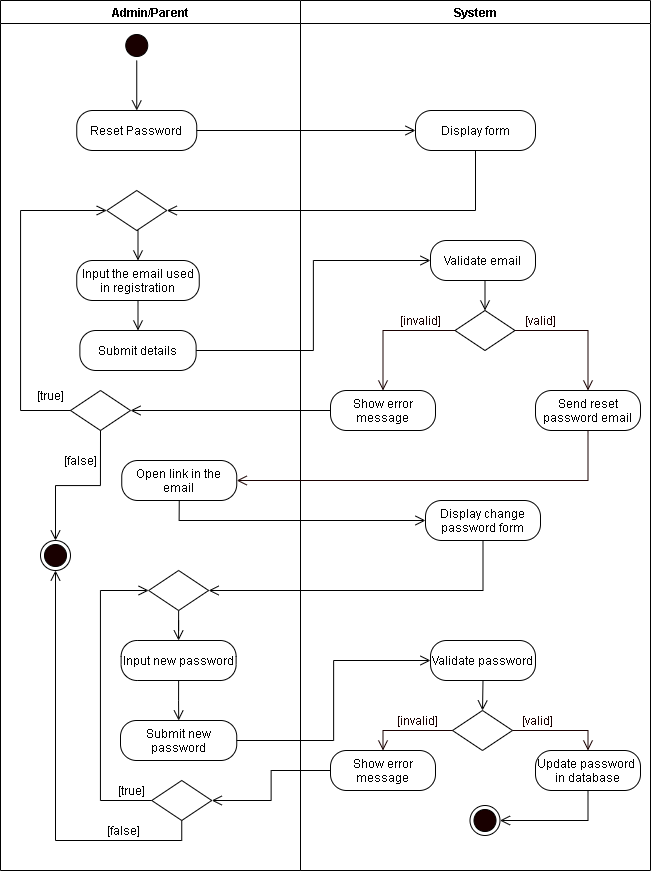
This is REVISIONS/UML-DIAGRAMS/6-9-2021/ACTIVITY DIAGRAM/5 - Reset Password.png from mrklglsn/CAPSTONE-FILES, a draw.io export, as it was before one commit. Source tidied: cells renumbered, new cells last; positions are measured from the earlier drawing's top-left corner, leaving out a move shared by most shapes.
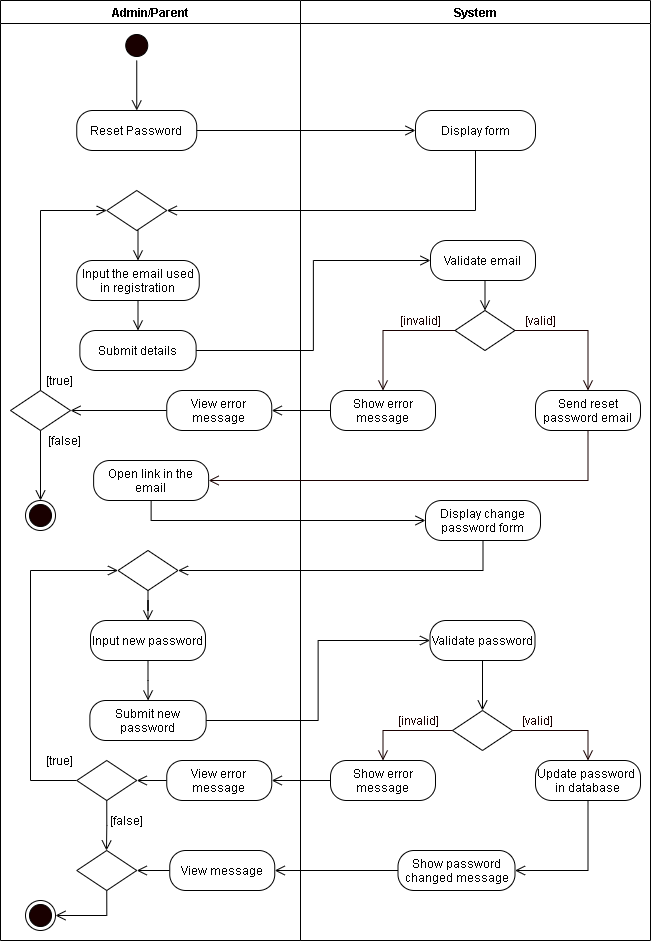
Later version of the same file.

The edit, as a diff of the source:
```diff
@@ -3,7 +3,7 @@
     <mxCell id="0" />
     <mxCell id="1" parent="0" />
     <mxCell id="2" value="Admin/Parent" style="swimlane;startSize=23;" parent="1" vertex="1">
-      <mxGeometry width="300" height="870" as="geometry" />
+      <mxGeometry width="300" height="940" as="geometry" />
     </mxCell>
     <mxCell id="3" style="edgeStyle=orthogonalEdgeStyle;rounded=0;jettySize=auto;html=1;exitX=0.5;exitY=1;exitDx=0;exitDy=0;entryX=0.5;entryY=0;entryDx=0;entryDy=0;endArrow=open;endFill=0;endSize=8;" parent="2" edge="1" source="4">
       <mxGeometry relative="1" as="geometry">
@@ -32,68 +32,89 @@
       <mxGeometry x="106.2" y="190" width="60" height="40" as="geometry" />
     </mxCell>
     <mxCell id="11" value="Open link in the email" style="rounded=1;whiteSpace=wrap;html=1;arcSize=40;" parent="2" vertex="1">
-      <mxGeometry x="121.2" y="460" width="115" height="40" as="geometry" />
+      <mxGeometry x="93.1" y="460" width="115" height="40" as="geometry" />
     </mxCell>
     <mxCell id="12" style="edgeStyle=orthogonalEdgeStyle;rounded=0;jettySize=auto;html=1;exitX=0.5;exitY=1;exitDx=0;exitDy=0;endArrow=open;endFill=0;endSize=8;" parent="2" edge="1" source="13" target="14">
       <mxGeometry relative="1" as="geometry" />
     </mxCell>
     <mxCell id="13" value="Input new password" style="rounded=1;whiteSpace=wrap;html=1;arcSize=40;" parent="2" vertex="1">
-      <mxGeometry x="120.6" y="640" width="115" height="40" as="geometry" />
+      <mxGeometry x="90" y="620" width="115" height="40" as="geometry" />
     </mxCell>
     <mxCell id="14" value="Submit new password" style="rounded=1;whiteSpace=wrap;html=1;arcSize=40;" parent="2" vertex="1">
-      <mxGeometry x="120" y="720" width="116.2" height="40" as="geometry" />
+      <mxGeometry x="89.4" y="700" width="116.2" height="40" as="geometry" />
     </mxCell>
     <mxCell id="15" style="rhombus;whiteSpace=wrap;html=1;" parent="2" vertex="1">
-      <mxGeometry x="70" y="390" width="60" height="40" as="geometry" />
+      <mxGeometry x="10" y="390" width="60" height="40" as="geometry" />
     </mxCell>
-    <mxCell id="16" style="edgeStyle=orthogonalEdgeStyle;rounded=0;jettySize=auto;html=1;exitX=0;exitY=0.5;exitDx=0;exitDy=0;endArrow=open;endFill=0;endSize=8;entryX=0;entryY=0.5;entryDx=0;entryDy=0;" parent="2" edge="1" source="15" target="10">
-      <mxGeometry relative="1" as="geometry">
-        <Array as="points">
-          <mxPoint x="20" y="410" />
-          <mxPoint x="20" y="210" />
-        </Array>
-      </mxGeometry>
+    <mxCell id="16" style="edgeStyle=orthogonalEdgeStyle;rounded=0;jettySize=auto;html=1;exitX=0.5;exitY=0;exitDx=0;exitDy=0;endArrow=open;endFill=0;endSize=8;entryX=0;entryY=0.5;entryDx=0;entryDy=0;" parent="2" edge="1" source="15" target="10">
+      <mxGeometry relative="1" as="geometry" />
     </mxCell>
-    <mxCell id="17" style="edgeStyle=orthogonalEdgeStyle;rounded=0;jettySize=auto;html=1;exitX=0.5;exitY=1;exitDx=0;exitDy=0;endArrow=open;endFill=0;endSize=8;" parent="2" edge="1" source="15" target="22">
-      <mxGeometry relative="1" as="geometry" />
+    <mxCell id="17" style="edgeStyle=orthogonalEdgeStyle;rounded=0;jettySize=auto;html=1;exitX=0.5;exitY=1;exitDx=0;exitDy=0;endArrow=open;endFill=0;endSize=8;" parent="2" edge="1" source="15">
+      <mxGeometry relative="1" as="geometry">
+        <mxPoint x="40" y="500" as="targetPoint" />
+      </mxGeometry>
     </mxCell>
     <mxCell id="18" value="[true]" style="text;html=1;align=center;verticalAlign=middle;strokeColor=none;" parent="2" vertex="1">
-      <mxGeometry x="30" y="385" width="40" height="20" as="geometry" />
+      <mxGeometry x="39.4" y="370" width="40" height="20" as="geometry" />
     </mxCell>
     <mxCell id="19" value="[false]" style="text;html=1;align=center;verticalAlign=middle;strokeColor=none;" parent="2" vertex="1">
-      <mxGeometry x="55" y="450" width="50" height="20" as="geometry" />
+      <mxGeometry x="39.4" y="430" width="50" height="20" as="geometry" />
     </mxCell>
     <mxCell id="20" style="edgeStyle=orthogonalEdgeStyle;rounded=0;jettySize=auto;html=1;exitX=0.5;exitY=1;exitDx=0;exitDy=0;endArrow=open;endFill=0;endSize=8;" parent="2" edge="1" source="21" target="13">
       <mxGeometry relative="1" as="geometry" />
     </mxCell>
     <mxCell id="21" style="rhombus;whiteSpace=wrap;html=1;" parent="2" vertex="1">
-      <mxGeometry x="148.1" y="570" width="60" height="40" as="geometry" />
+      <mxGeometry x="117.5" y="550" width="60" height="40" as="geometry" />
     </mxCell>
     <mxCell id="22" style="ellipse;html=1;shape=endState;fillColor=#190000;" parent="2" vertex="1">
-      <mxGeometry x="40" y="540" width="30" height="30" as="geometry" />
+      <mxGeometry x="25" y="500" width="30" height="30" as="geometry" />
     </mxCell>
-    <mxCell id="23" style="edgeStyle=orthogonalEdgeStyle;rounded=0;jettySize=auto;html=1;exitX=0.5;exitY=1;exitDx=0;exitDy=0;entryX=0.5;entryY=1;entryDx=0;entryDy=0;endArrow=open;endFill=0;endSize=8;" parent="2" edge="1" source="24" target="22">
-      <mxGeometry relative="1" as="geometry" />
-    </mxCell>
+    <mxCell id="25" style="edgeStyle=orthogonalEdgeStyle;rounded=0;jettySize=auto;html=1;exitX=0;exitY=0.5;exitDx=0;exitDy=0;entryX=0;entryY=0.5;entryDx=0;entryDy=0;endArrow=open;endFill=0;endSize=8;" parent="2" edge="1" source="24" target="21">
+      <mxGeometry relative="1" as="geometry">
+        <Array as="points">
+          <mxPoint x="30" y="780" />
+          <mxPoint x="30" y="570" />
+        </Array>
+      </mxGeometry>
+    </mxCell>
     <mxCell id="24" style="rhombus;whiteSpace=wrap;html=1;" parent="2" vertex="1">
-      <mxGeometry x="151.2" y="780" width="60" height="40" as="geometry" />
+      <mxGeometry x="76.2" y="760" width="60" height="40" as="geometry" />
     </mxCell>
-    <mxCell id="25" style="edgeStyle=orthogonalEdgeStyle;rounded=0;jettySize=auto;html=1;exitX=0;exitY=0.5;exitDx=0;exitDy=0;entryX=0;entryY=0.5;entryDx=0;entryDy=0;endArrow=open;endFill=0;endSize=8;" parent="2" edge="1" source="24" target="21">
-      <mxGeometry relative="1" as="geometry">
-        <Array as="points">
-          <mxPoint x="100" y="800" />
-          <mxPoint x="100" y="590" />
-        </Array>
-      </mxGeometry>
-    </mxCell>
+    <mxCell id="27" value="[true]" style="text;html=1;align=center;verticalAlign=middle;strokeColor=none;" parent="2" vertex="1">
+      <mxGeometry x="39.4" y="750" width="40" height="20" as="geometry" />
+    </mxCell>
+    <mxCell id="60" style="edgeStyle=none;rounded=0;jettySize=auto;html=1;exitX=0;exitY=0.5;exitDx=0;exitDy=0;entryX=1;entryY=0.5;entryDx=0;entryDy=0;endArrow=open;endFill=0;endSize=8;" parent="2" edge="1" source="61" target="15">
+      <mxGeometry relative="1" as="geometry" />
+    </mxCell>
+    <mxCell id="61" value="View error message" style="rounded=1;whiteSpace=wrap;html=1;arcSize=40;" parent="2" vertex="1">
+      <mxGeometry x="166.2" y="390" width="105" height="40" as="geometry" />
+    </mxCell>
+    <mxCell id="62" style="edgeStyle=none;rounded=0;jettySize=auto;html=1;exitX=0;exitY=0.5;exitDx=0;exitDy=0;entryX=1;entryY=0.5;entryDx=0;entryDy=0;endArrow=open;endFill=0;endSize=8;" parent="2" edge="1" source="63" target="24">
+      <mxGeometry relative="1" as="geometry" />
+    </mxCell>
+    <mxCell id="63" value="View error message" style="rounded=1;whiteSpace=wrap;html=1;arcSize=40;" parent="2" vertex="1">
+      <mxGeometry x="166.2" y="760" width="105" height="40" as="geometry" />
+    </mxCell>
     <mxCell id="26" value="[false]" style="text;html=1;align=center;verticalAlign=middle;strokeColor=none;" parent="2" vertex="1">
-      <mxGeometry x="98.1" y="820" width="50" height="20" as="geometry" />
+      <mxGeometry x="101.2" y="810" width="50" height="20" as="geometry" />
     </mxCell>
-    <mxCell id="27" value="[true]" style="text;html=1;align=center;verticalAlign=middle;strokeColor=none;" parent="2" vertex="1">
-      <mxGeometry x="111.2" y="780" width="40" height="20" as="geometry" />
-    </mxCell>
+    <mxCell id="64" style="edgeStyle=orthogonalEdgeStyle;rounded=0;jettySize=auto;html=1;exitX=0;exitY=0.5;exitDx=0;exitDy=0;entryX=1;entryY=0.5;entryDx=0;entryDy=0;endArrow=open;endFill=0;endSize=8;" parent="2" edge="1" source="65" target="67">
+      <mxGeometry relative="1" as="geometry" />
+    </mxCell>
+    <mxCell id="65" value="View message" style="rounded=1;whiteSpace=wrap;html=1;arcSize=40;" parent="2" vertex="1">
+      <mxGeometry x="169.2" y="850" width="105" height="40" as="geometry" />
+    </mxCell>
+    <mxCell id="66" style="edgeStyle=orthogonalEdgeStyle;rounded=0;jettySize=auto;html=1;exitX=0.5;exitY=1;exitDx=0;exitDy=0;endArrow=open;endFill=0;endSize=8;entryX=1;entryY=0.5;entryDx=0;entryDy=0;" parent="2" edge="1" source="67" target="68">
+      <mxGeometry relative="1" as="geometry" />
+    </mxCell>
+    <mxCell id="67" style="rhombus;whiteSpace=wrap;html=1;" parent="2" vertex="1">
+      <mxGeometry x="76.2" y="850" width="60" height="40" as="geometry" />
+    </mxCell>
+    <mxCell id="68" style="ellipse;html=1;shape=endState;fillColor=#190000;" parent="2" vertex="1">
+      <mxGeometry x="25" y="900" width="30" height="30" as="geometry" />
+    </mxCell>
     <mxCell id="28" value="System" style="swimlane;" parent="1" vertex="1">
-      <mxGeometry x="300" width="350" height="870" as="geometry" />
+      <mxGeometry x="300" width="350" height="940" as="geometry" />
     </mxCell>
     <mxCell id="29" value="Validate email" style="rounded=1;whiteSpace=wrap;html=1;arcSize=40;" parent="28" vertex="1">
       <mxGeometry x="130" y="240" width="105" height="40" as="geometry" />
@@ -132,7 +153,7 @@
       <mxGeometry relative="1" as="geometry" />
     </mxCell>
     <mxCell id="41" value="Validate password" style="rounded=1;whiteSpace=wrap;html=1;arcSize=40;" parent="28" vertex="1">
-      <mxGeometry x="130" y="640" width="105" height="40" as="geometry" />
+      <mxGeometry x="129.5" y="620" width="105" height="40" as="geometry" />
     </mxCell>
     <mxCell id="42" style="rhombus;whiteSpace=wrap;html=1;" parent="28" vertex="1">
       <mxGeometry x="152" y="710" width="60" height="40" as="geometry" />
@@ -144,13 +165,13 @@
       <mxGeometry x="87.5" y="710" width="60" height="20" as="geometry" />
     </mxCell>
     <mxCell id="45" value="Show error message" style="rounded=1;whiteSpace=wrap;html=1;arcSize=40;" parent="28" vertex="1">
-      <mxGeometry x="30" y="750" width="105" height="40" as="geometry" />
+      <mxGeometry x="30" y="760" width="105" height="40" as="geometry" />
     </mxCell>
-    <mxCell id="46" style="edgeStyle=orthogonalEdgeStyle;rounded=0;jettySize=auto;html=1;exitX=0.5;exitY=1;exitDx=0;exitDy=0;endArrow=open;endFill=0;endSize=8;entryX=1;entryY=0.5;entryDx=0;entryDy=0;" parent="28" edge="1" source="47" target="50">
-      <mxGeometry relative="1" as="geometry" />
-    </mxCell>
+    <mxCell id="69" style="edgeStyle=orthogonalEdgeStyle;rounded=0;jettySize=auto;html=1;exitX=0.5;exitY=1;exitDx=0;exitDy=0;entryX=1;entryY=0.5;entryDx=0;entryDy=0;endArrow=open;endFill=0;endSize=8;" parent="28" edge="1" source="47" target="70">
+      <mxGeometry relative="1" as="geometry" />
+    </mxCell>
     <mxCell id="47" value="Update password&amp;nbsp; in database" style="rounded=1;whiteSpace=wrap;html=1;arcSize=40;" parent="28" vertex="1">
-      <mxGeometry x="235" y="750" width="105" height="40" as="geometry" />
+      <mxGeometry x="235" y="760" width="105" height="40" as="geometry" />
     </mxCell>
     <mxCell id="48" style="edgeStyle=orthogonalEdgeStyle;rounded=0;jettySize=auto;html=1;exitX=0;exitY=0.5;exitDx=0;exitDy=0;fontColor=#FFFFFF;endArrow=open;endFill=0;endSize=8;strokeColor=#190000;entryX=0.5;entryY=0;entryDx=0;entryDy=0;" parent="28" edge="1" source="42" target="45">
       <mxGeometry relative="1" as="geometry" />
@@ -158,9 +179,9 @@
     <mxCell id="49" style="edgeStyle=orthogonalEdgeStyle;rounded=0;jettySize=auto;html=1;exitX=1;exitY=0.5;exitDx=0;exitDy=0;fontColor=#FFFFFF;endArrow=open;endFill=0;endSize=8;strokeColor=#190000;entryX=0.5;entryY=0;entryDx=0;entryDy=0;" parent="28" edge="1" source="42" target="47">
       <mxGeometry relative="1" as="geometry" />
     </mxCell>
-    <mxCell id="50" style="ellipse;html=1;shape=endState;fillColor=#190000;" parent="28" vertex="1">
-      <mxGeometry x="169.5" y="805" width="30" height="30" as="geometry" />
-    </mxCell>
+    <mxCell id="70" value="Show password changed message" style="rounded=1;whiteSpace=wrap;html=1;arcSize=40;" parent="28" vertex="1">
+      <mxGeometry x="97.5" y="850" width="117" height="40" as="geometry" />
+    </mxCell>
     <mxCell id="51" style="edgeStyle=orthogonalEdgeStyle;rounded=0;jettySize=auto;html=1;exitX=1;exitY=0.5;exitDx=0;exitDy=0;endArrow=open;endFill=0;endSize=8;entryX=0;entryY=0.5;entryDx=0;entryDy=0;" parent="1" edge="1" source="5" target="38">
       <mxGeometry relative="1" as="geometry" />
     </mxCell>
@@ -179,14 +200,22 @@
     <mxCell id="56" style="edgeStyle=orthogonalEdgeStyle;rounded=0;jettySize=auto;html=1;exitX=0.5;exitY=1;exitDx=0;exitDy=0;endArrow=open;endFill=0;endSize=8;entryX=1;entryY=0.5;entryDx=0;entryDy=0;" parent="1" edge="1" source="39" target="21">
       <mxGeometry relative="1" as="geometry" />
     </mxCell>
-    <mxCell id="57" style="edgeStyle=orthogonalEdgeStyle;rounded=0;jettySize=auto;html=1;exitX=0;exitY=0.5;exitDx=0;exitDy=0;endArrow=open;endFill=0;endSize=8;entryX=1;entryY=0.5;entryDx=0;entryDy=0;" parent="1" edge="1" source="34" target="15">
-      <mxGeometry relative="1" as="geometry" />
-    </mxCell>
     <mxCell id="58" style="edgeStyle=orthogonalEdgeStyle;rounded=0;jettySize=auto;html=1;exitX=1;exitY=0.5;exitDx=0;exitDy=0;endArrow=open;endFill=0;endSize=8;entryX=0;entryY=0.5;entryDx=0;entryDy=0;" parent="1" edge="1" source="14" target="41">
       <mxGeometry relative="1" as="geometry" />
     </mxCell>
-    <mxCell id="59" style="edgeStyle=orthogonalEdgeStyle;rounded=0;jettySize=auto;html=1;exitX=0;exitY=0.5;exitDx=0;exitDy=0;endArrow=open;endFill=0;endSize=8;entryX=1;entryY=0.5;entryDx=0;entryDy=0;" parent="1" edge="1" source="45" target="24">
-      <mxGeometry relative="1" as="geometry" />
-    </mxCell>
+    <mxCell id="71" style="edgeStyle=none;rounded=0;jettySize=auto;html=1;exitX=0;exitY=0.5;exitDx=0;exitDy=0;entryX=1;entryY=0.5;entryDx=0;entryDy=0;endArrow=open;endFill=0;endSize=8;" parent="1" edge="1" source="34" target="61">
+      <mxGeometry relative="1" as="geometry" />
+    </mxCell>
+    <mxCell id="72" style="edgeStyle=none;rounded=0;jettySize=auto;html=1;exitX=0;exitY=0.5;exitDx=0;exitDy=0;entryX=1;entryY=0.5;entryDx=0;entryDy=0;endArrow=open;endFill=0;endSize=8;" parent="1" edge="1" source="45" target="63">
+      <mxGeometry relative="1" as="geometry" />
+    </mxCell>
+    <mxCell id="73" style="edgeStyle=orthogonalEdgeStyle;rounded=0;jettySize=auto;html=1;exitX=0.5;exitY=1;exitDx=0;exitDy=0;endArrow=open;endFill=0;endSize=8;" parent="1" edge="1" source="24">
+      <mxGeometry relative="1" as="geometry">
+        <mxPoint x="106" y="850" as="targetPoint" />
+      </mxGeometry>
+    </mxCell>
+    <mxCell id="74" style="edgeStyle=orthogonalEdgeStyle;rounded=0;jettySize=auto;html=1;exitX=0;exitY=0.5;exitDx=0;exitDy=0;entryX=1;entryY=0.5;entryDx=0;entryDy=0;endArrow=open;endFill=0;endSize=8;" parent="1" edge="1" source="70" target="65">
+      <mxGeometry relative="1" as="geometry" />
+    </mxCell>
   </root>
 </mxGraphModel>
```
